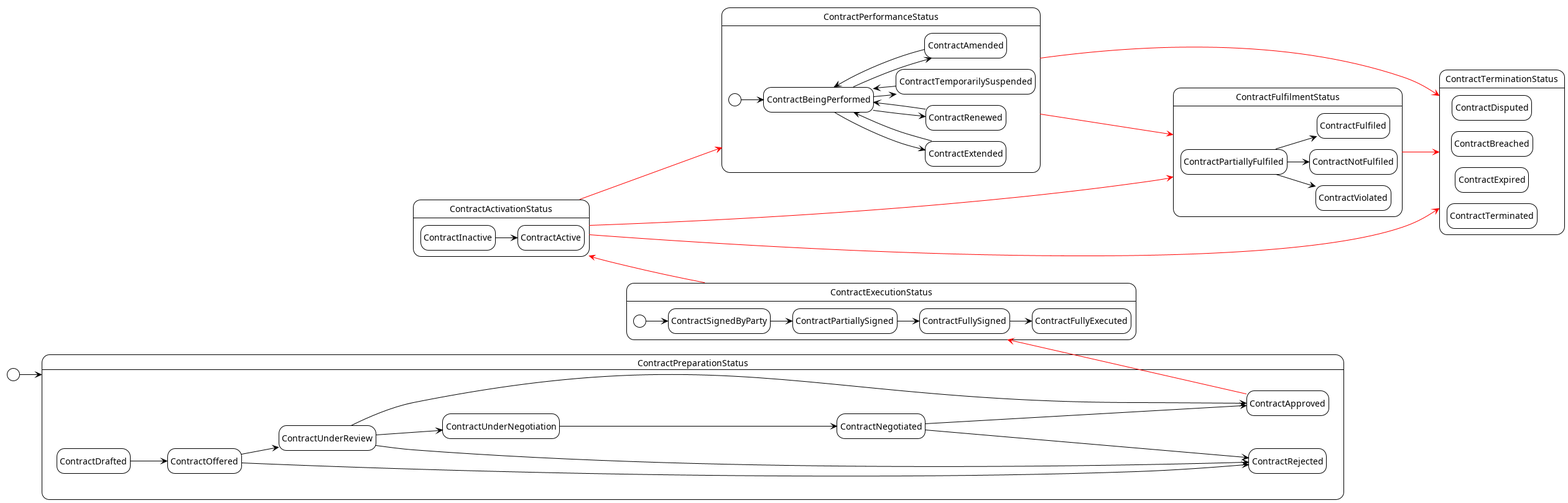
The PlantUML diagram 2.2/diagrams/contract_states.png in w3c/dpv, before a commit. Source of this version:
```plantuml
@startuml
!theme plain

left to right direction
hide empty description

!define IDEAL #RED

[*] --> ContractPreparationStatus

state ContractPreparationStatus {
  state ContractRejected
  state ContractDrafted
  state ContractOffered
  state ContractUnderReview
  state ContractUnderNegotiation
  state ContractNegotiated
  state ContractApproved
  ContractNegotiated --> ContractRejected
  ContractDrafted --> ContractOffered
  ContractOffered --> ContractUnderReview
  ContractOffered --> ContractRejected
  ContractUnderReview --> ContractUnderNegotiation
  ContractUnderReview --> ContractApproved
  ContractUnderReview --> ContractRejected
  ContractUnderNegotiation --> ContractNegotiated

  ContractNegotiated --> ContractApproved
}

ContractApproved -up[IDEAL]-> ContractExecutionStatus

state ContractExecutionStatus {
  state ContractPartiallySigned
  state ContractFullySigned
  state ContractSignedByParty
  state ContractFullyExecuted
  [*] --> ContractSignedByParty
  ContractSignedByParty --> ContractPartiallySigned
  ContractPartiallySigned --> ContractFullySigned
  ContractFullySigned --> ContractFullyExecuted
}

state ContractActivationStatus {
    state ContractInactive
    state ContractActive
    ContractInactive --> ContractActive
}
ContractExecutionStatus -up[IDEAL]-> ContractActivationStatus
ContractActivationStatus -[IDEAL]-> ContractPerformanceStatus

state ContractPerformanceStatus {
    state ContractBeingPerformed
    state ContractAmended
    state ContractTemporarilySuspended
    state ContractRenewed
    state ContractExtended
    [*] --> ContractBeingPerformed
    ContractBeingPerformed --> ContractAmended
    ContractBeingPerformed --> ContractTemporarilySuspended
    ContractBeingPerformed --> ContractRenewed
    ContractBeingPerformed --> ContractExtended
    ContractRenewed --> ContractBeingPerformed
    ContractExtended --> ContractBeingPerformed
    ContractTemporarilySuspended --> ContractBeingPerformed
    ContractAmended --> ContractBeingPerformed
}

ContractActivationStatus -[IDEAL]-> ContractTerminationStatus
ContractPerformanceStatus -[IDEAL]-> ContractTerminationStatus

state ContractTerminationStatus {
    state ContractTerminated
    state ContractExpired
    state ContractBreached
    state ContractDisputed
}

ContractActivationStatus -[IDEAL]-> ContractFulfilmentStatus
ContractPerformanceStatus -[IDEAL]-> ContractFulfilmentStatus
ContractFulfilmentStatus -[IDEAL]-> ContractTerminationStatus

state ContractFulfilmentStatus {
    state ContractFulfiled
    state ContractPartiallyFulfiled
    state ContractNotFulfiled
    state ContractViolated
    ContractPartiallyFulfiled --> ContractFulfiled
    ContractPartiallyFulfiled --> ContractNotFulfiled
    ContractPartiallyFulfiled --> ContractViolated
}

@enduml
```
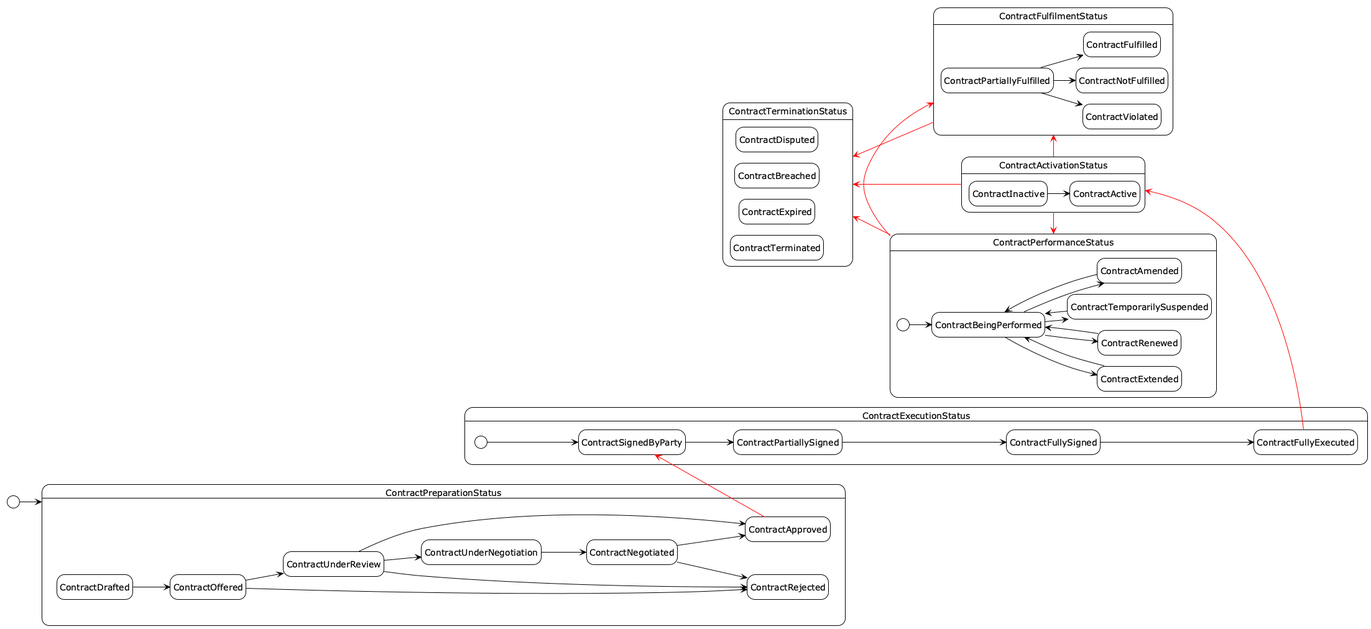
Above is the later version.

Diff of the diagram source:
```diff
@@ -28,8 +28,6 @@
   ContractNegotiated --> ContractApproved
 }
 
-ContractApproved -up[IDEAL]-> ContractExecutionStatus
-
 state ContractExecutionStatus {
   state ContractPartiallySigned
   state ContractFullySigned
@@ -40,14 +38,15 @@
   ContractPartiallySigned --> ContractFullySigned
   ContractFullySigned --> ContractFullyExecuted
 }
+ContractApproved -up[IDEAL]-> ContractSignedByParty
 
 state ContractActivationStatus {
     state ContractInactive
     state ContractActive
     ContractInactive --> ContractActive
 }
-ContractExecutionStatus -up[IDEAL]-> ContractActivationStatus
-ContractActivationStatus -[IDEAL]-> ContractPerformanceStatus
+ContractFullyExecuted -up[IDEAL]-> ContractActivationStatus
+ContractActivationStatus -right[IDEAL]-> ContractPerformanceStatus
 
 state ContractPerformanceStatus {
     state ContractBeingPerformed
@@ -76,18 +75,18 @@
     state ContractDisputed
 }
 
-ContractActivationStatus -[IDEAL]-> ContractFulfilmentStatus
-ContractPerformanceStatus -[IDEAL]-> ContractFulfilmentStatus
-ContractFulfilmentStatus -[IDEAL]-> ContractTerminationStatus
+ContractActivationStatus -left[IDEAL]-> ContractFulfilmentStatus
+ContractPerformanceStatus -left[IDEAL]-> ContractFulfilmentStatus
+ContractFulfilmentStatus -left[IDEAL]-> ContractTerminationStatus
 
 state ContractFulfilmentStatus {
-    state ContractFulfiled
-    state ContractPartiallyFulfiled
-    state ContractNotFulfiled
+    state ContractFulfilled
+    state ContractPartiallyFulfilled
+    state ContractNotFulfilled
     state ContractViolated
-    ContractPartiallyFulfiled --> ContractFulfiled
-    ContractPartiallyFulfiled --> ContractNotFulfiled
-    ContractPartiallyFulfiled --> ContractViolated
+    ContractPartiallyFulfilled --> ContractFulfilled
+    ContractPartiallyFulfilled --> ContractNotFulfilled
+    ContractPartiallyFulfilled --> ContractViolated
 }
 
 @enduml
```
